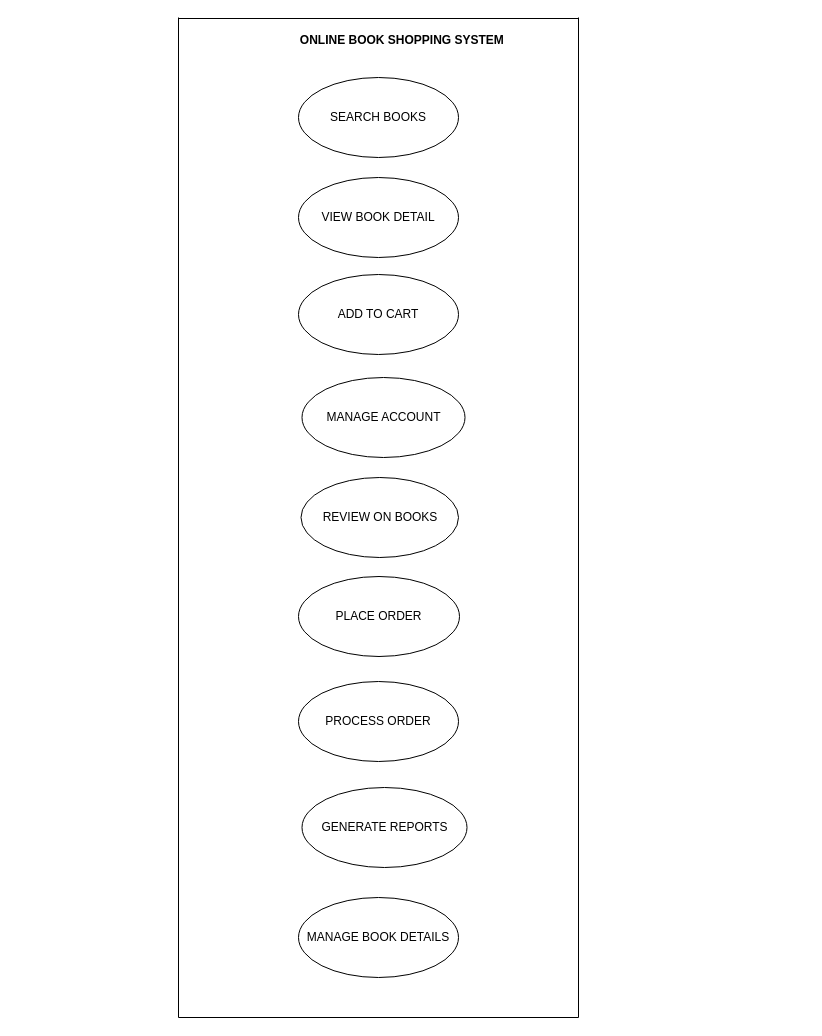
The draw.io diagram Manual testing/Assignment/Module 1/Untitled Diagram.drawio in hetaljadav/testing, before the edit. Source tidied: cells renumbered, new cells numbered last; positions are measured from the earlier drawing's top-left corner, leaving out a move shared by most shapes. Both pictures are drawn from the tidied source at 100%, with x=0, y=0 at pixel (43, 17).
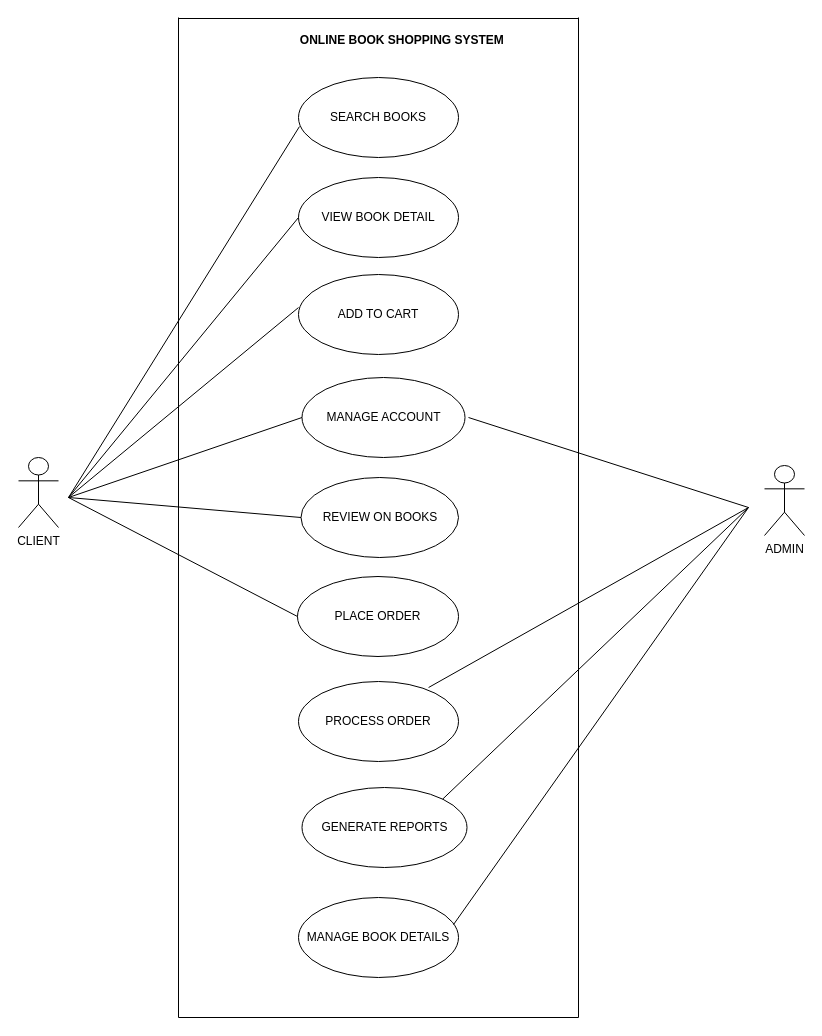
The same page after the edit.

Commit message:
Online book shopping

Unchanged cells that the change refers to:
```xml
<mxCell id="2" value="SEARCH BOOKS" style="ellipse;whiteSpace=wrap;html=1;" parent="1" vertex="1">
  <mxGeometry x="255" y="60" width="160" height="80" as="geometry" />
</mxCell>
<mxCell id="3" value="VIEW BOOK DETAIL" style="ellipse;whiteSpace=wrap;html=1;" parent="1" vertex="1">
  <mxGeometry x="255" y="160" width="160" height="80" as="geometry" />
</mxCell>
<mxCell id="4" value="ADD TO CART" style="ellipse;whiteSpace=wrap;html=1;" parent="1" vertex="1">
  <mxGeometry x="255" y="257" width="160" height="80" as="geometry" />
</mxCell>
<mxCell id="5" value="MANAGE ACCOUNT" style="ellipse;whiteSpace=wrap;html=1;" parent="1" vertex="1">
  <mxGeometry x="258.5" y="360" width="163" height="80" as="geometry" />
</mxCell>
<mxCell id="6" value="GENERATE REPORTS" style="ellipse;whiteSpace=wrap;html=1;" parent="1" vertex="1">
  <mxGeometry x="258.5" y="770" width="165" height="80" as="geometry" />
</mxCell>
<mxCell id="7" value="MANAGE BOOK DETAILS" style="ellipse;whiteSpace=wrap;html=1;" parent="1" vertex="1">
  <mxGeometry x="255" y="880" width="160" height="80" as="geometry" />
</mxCell>
<mxCell id="8" value="REVIEW ON BOOKS" style="ellipse;whiteSpace=wrap;html=1;" parent="1" vertex="1">
  <mxGeometry x="257.5" y="460" width="157.5" height="80" as="geometry" />
</mxCell>
<mxCell id="9" value="PROCESS ORDER" style="ellipse;whiteSpace=wrap;html=1;" parent="1" vertex="1">
  <mxGeometry x="255" y="664" width="160" height="80" as="geometry" />
</mxCell>
```

Diff of the diagram source:
```diff
@@
     <mxCell id="10" value="PLACE ORDER" style="ellipse;whiteSpace=wrap;html=1;" parent="1" vertex="1">
-      <mxGeometry x="255" y="559" width="161" height="80" as="geometry" />
+      <mxGeometry x="254" y="559" width="161" height="80" as="geometry" />
     </mxCell>
@@
+    <mxCell id="16" value="CLIENT" style="shape=umlActor;verticalLabelPosition=bottom;verticalAlign=top;html=1;" parent="1" vertex="1">
+      <mxGeometry x="-25" y="440" width="40" height="70" as="geometry" />
+    </mxCell>
+    <mxCell id="17" value="ADMIN" style="shape=umlActor;verticalLabelPosition=bottom;verticalAlign=top;html=1;" parent="1" vertex="1">
+      <mxGeometry x="721" y="448" width="40" height="70" as="geometry" />
+    </mxCell>
+    <mxCell id="18" style="endArrow=none;html=1;rounded=0;entryX=0.006;entryY=0.613;entryDx=0;entryDy=0;entryPerimeter=0;" parent="1" edge="1" target="2">
+      <mxGeometry relative="1" as="geometry">
+        <mxPoint x="25" y="480" as="sourcePoint" />
+      </mxGeometry>
+    </mxCell>
+    <mxCell id="19" style="endArrow=none;html=1;rounded=0;entryX=0;entryY=0.5;entryDx=0;entryDy=0;" parent="1" edge="1" target="3">
+      <mxGeometry relative="1" as="geometry">
+        <mxPoint x="25" y="480" as="sourcePoint" />
+      </mxGeometry>
+    </mxCell>
+    <mxCell id="20" style="endArrow=none;html=1;rounded=0;entryX=0;entryY=0.413;entryDx=0;entryDy=0;entryPerimeter=0;" parent="1" edge="1" target="4">
+      <mxGeometry relative="1" as="geometry">
+        <mxPoint x="25" y="480" as="sourcePoint" />
+      </mxGeometry>
+    </mxCell>
+    <mxCell id="21" style="endArrow=none;html=1;rounded=0;entryX=0;entryY=0.5;entryDx=0;entryDy=0;" parent="1" edge="1" target="5">
+      <mxGeometry relative="1" as="geometry">
+        <mxPoint x="25" y="480" as="sourcePoint" />
+      </mxGeometry>
+    </mxCell>
+    <mxCell id="22" style="endArrow=none;html=1;rounded=0;entryX=0;entryY=0.5;entryDx=0;entryDy=0;" parent="1" edge="1" target="8">
+      <mxGeometry relative="1" as="geometry">
+        <mxPoint x="25" y="480" as="sourcePoint" />
+      </mxGeometry>
+    </mxCell>
+    <mxCell id="23" style="endArrow=none;html=1;rounded=0;entryX=0.813;entryY=0.075;entryDx=0;entryDy=0;entryPerimeter=0;" parent="1" edge="1" target="9">
+      <mxGeometry relative="1" as="geometry">
+        <mxPoint x="705" y="490" as="sourcePoint" />
+      </mxGeometry>
+    </mxCell>
+    <mxCell id="24" style="endArrow=none;html=1;rounded=0;entryX=0;entryY=0.5;entryDx=0;entryDy=0;" parent="1" edge="1" target="10">
+      <mxGeometry relative="1" as="geometry">
+        <mxPoint x="25" y="480" as="sourcePoint" />
+      </mxGeometry>
+    </mxCell>
+    <mxCell id="25" style="endArrow=none;html=1;rounded=0;" parent="1" edge="1">
+      <mxGeometry relative="1" as="geometry">
+        <mxPoint x="425" y="400" as="sourcePoint" />
+        <mxPoint x="705" y="490" as="targetPoint" />
+      </mxGeometry>
+    </mxCell>
+    <mxCell id="26" style="endArrow=none;html=1;rounded=0;exitX=0.969;exitY=0.338;exitDx=0;exitDy=0;exitPerimeter=0;" parent="1" edge="1" source="7">
+      <mxGeometry relative="1" as="geometry">
+        <mxPoint x="705" y="490" as="targetPoint" />
+      </mxGeometry>
+    </mxCell>
+    <mxCell id="27" style="endArrow=none;html=1;rounded=0;exitX=1;exitY=0;exitDx=0;exitDy=0;" parent="1" edge="1" source="6">
+      <mxGeometry relative="1" as="geometry">
+        <mxPoint x="705" y="490" as="targetPoint" />
+      </mxGeometry>
+    </mxCell>
```
